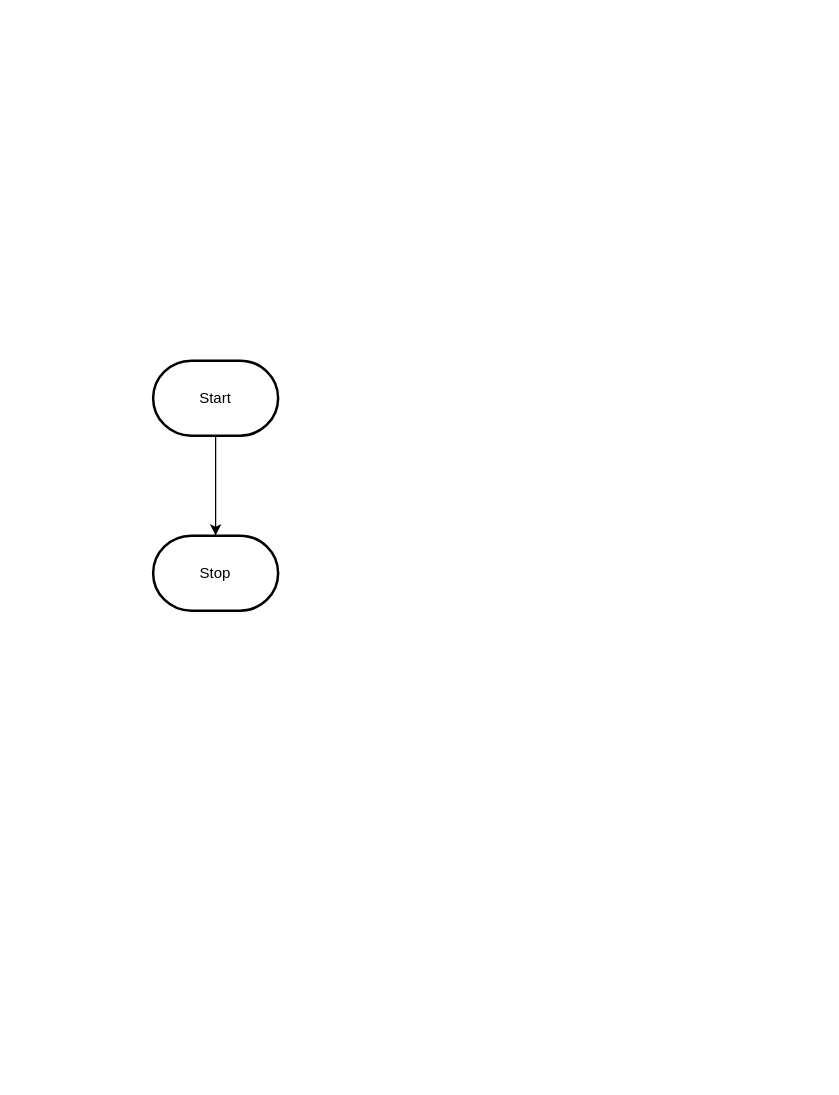
Earlier version of the draw.io diagram design/flowchart.drawio (MTHS-ICD2O-1-2024/ICD2O-Unit-5-05-Adrina-peighambarzadeh). Source tidied: cells renumbered, new cells numbered last; positions are measured from the earlier drawing's top-left corner, leaving out a move shared by most shapes. Both pictures are drawn from the tidied source at 125%, with x=0, y=0 at pixel (152, 360).
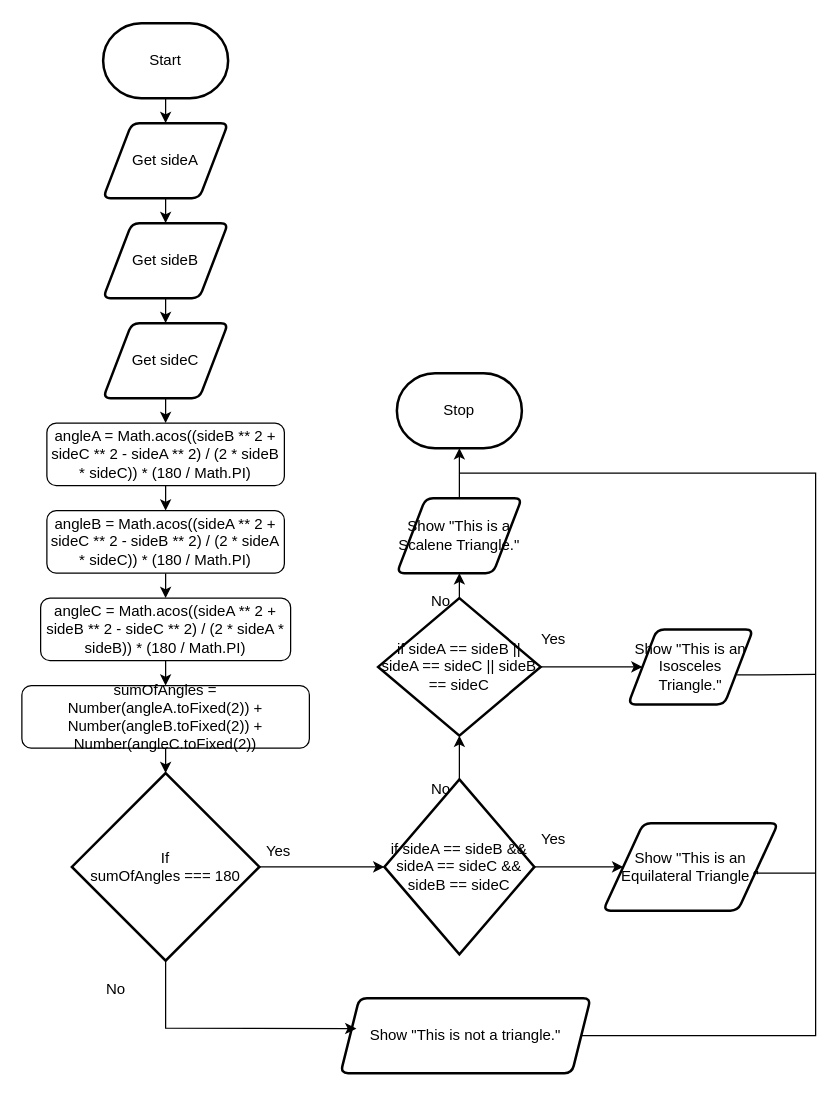
Above is the later version.

What changed in the source:
```diff
@@
-    <mxCell id="2" style="edgeStyle=orthogonalEdgeStyle;html=1;rounded=0;" parent="1" edge="1" source="3" target="4">
-      <mxGeometry relative="1" as="geometry" />
-    </mxCell>
+    <mxCell id="5" style="edgeStyle=none;html=1;" parent="1" edge="1" source="3" target="10">
+      <mxGeometry relative="1" as="geometry" />
+    </mxCell>
     <mxCell id="3" value="Start" style="strokeWidth=2;html=1;shape=mxgraph.flowchart.terminator;whiteSpace=wrap;" parent="1" vertex="1">
-      <mxGeometry width="100" height="60" as="geometry" />
+      <mxGeometry x="-40" y="-270" width="100" height="60" as="geometry" />
     </mxCell>
     <mxCell id="4" value="Stop" style="strokeWidth=2;html=1;shape=mxgraph.flowchart.terminator;whiteSpace=wrap;" parent="1" vertex="1">
-      <mxGeometry y="140" width="100" height="60" as="geometry" />
+      <mxGeometry x="195" y="10" width="100" height="60" as="geometry" />
     </mxCell>
+    <mxCell id="6" style="edgeStyle=none;html=1;" parent="1" edge="1" source="2" target="14">
+      <mxGeometry relative="1" as="geometry" />
+    </mxCell>
+    <mxCell id="2" value="Get sideC" style="shape=parallelogram;html=1;strokeWidth=2;perimeter=parallelogramPerimeter;whiteSpace=wrap;rounded=1;arcSize=12;size=0.23;" parent="1" vertex="1">
+      <mxGeometry x="-40" y="-30" width="100" height="60" as="geometry" />
+    </mxCell>
+    <mxCell id="7" style="edgeStyle=none;html=1;" parent="1" edge="1" source="8" target="2">
+      <mxGeometry relative="1" as="geometry" />
+    </mxCell>
+    <mxCell id="8" value="Get sideB" style="shape=parallelogram;html=1;strokeWidth=2;perimeter=parallelogramPerimeter;whiteSpace=wrap;rounded=1;arcSize=12;size=0.23;" parent="1" vertex="1">
+      <mxGeometry x="-40" y="-110" width="100" height="60" as="geometry" />
+    </mxCell>
+    <mxCell id="9" style="edgeStyle=none;html=1;" parent="1" edge="1" source="10" target="8">
+      <mxGeometry relative="1" as="geometry" />
+    </mxCell>
+    <mxCell id="10" value="Get sideA" style="shape=parallelogram;html=1;strokeWidth=2;perimeter=parallelogramPerimeter;whiteSpace=wrap;rounded=1;arcSize=12;size=0.23;" parent="1" vertex="1">
+      <mxGeometry x="-40" y="-190" width="100" height="60" as="geometry" />
+    </mxCell>
+    <mxCell id="11" style="edgeStyle=none;html=1;" parent="1" edge="1" source="12" target="18">
+      <mxGeometry relative="1" as="geometry" />
+    </mxCell>
+    <mxCell id="12" value="angleC = Math.acos((sideA ** 2 + sideB ** 2 - sideC ** 2) / (2 * sideA * sideB)) * (180 / Math.PI)" style="html=1;dashed=0;whiteSpace=wrap;rounded=1;" parent="1" vertex="1">
+      <mxGeometry x="-90" y="190" width="200" height="50" as="geometry" />
+    </mxCell>
+    <mxCell id="13" style="edgeStyle=none;html=1;" parent="1" edge="1" source="14" target="16">
+      <mxGeometry relative="1" as="geometry" />
+    </mxCell>
+    <mxCell id="14" value="angleA = Math.acos((sideB ** 2 + sideC ** 2 - sideA ** 2) / (2 * sideB * sideC)) * (180 / Math.PI)" style="html=1;dashed=0;whiteSpace=wrap;rounded=1;" parent="1" vertex="1">
+      <mxGeometry x="-85" y="50" width="190" height="50" as="geometry" />
+    </mxCell>
+    <mxCell id="15" style="edgeStyle=none;html=1;" parent="1" edge="1" source="16" target="12">
+      <mxGeometry relative="1" as="geometry" />
+    </mxCell>
+    <mxCell id="16" value="angleB = Math.acos((sideA ** 2 + sideC ** 2 - sideB ** 2) / (2 * sideA * sideC)) * (180 / Math.PI)" style="html=1;dashed=0;whiteSpace=wrap;rounded=1;" parent="1" vertex="1">
+      <mxGeometry x="-85" y="120" width="190" height="50" as="geometry" />
+    </mxCell>
+    <mxCell id="17" style="edgeStyle=none;html=1;" parent="1" edge="1" source="18" target="20">
+      <mxGeometry relative="1" as="geometry" />
+    </mxCell>
+    <mxCell id="18" value="sumOfAngles = Number(angleA.toFixed(2)) + Number(angleB.toFixed(2)) + Number(angleC.toFixed(2))" style="html=1;dashed=0;whiteSpace=wrap;rounded=1;" parent="1" vertex="1">
+      <mxGeometry x="-105" y="260" width="230" height="50" as="geometry" />
+    </mxCell>
+    <mxCell id="19" style="edgeStyle=none;html=1;" parent="1" edge="1" source="20" target="23">
+      <mxGeometry relative="1" as="geometry" />
+    </mxCell>
+    <mxCell id="20" value="&lt;div&gt;If&lt;/div&gt;sumOfAngles === 180" style="strokeWidth=2;html=1;shape=mxgraph.flowchart.decision;whiteSpace=wrap;" parent="1" vertex="1">
+      <mxGeometry x="-65" y="330" width="150" height="150" as="geometry" />
+    </mxCell>
+    <mxCell id="21" style="edgeStyle=none;html=1;" parent="1" edge="1" source="23" target="26">
+      <mxGeometry relative="1" as="geometry" />
+    </mxCell>
+    <mxCell id="22" style="edgeStyle=none;html=1;" parent="1" edge="1" source="23" target="30">
+      <mxGeometry relative="1" as="geometry" />
+    </mxCell>
+    <mxCell id="23" value="if sideA == sideB &amp;amp;&amp;amp; sideA == sideC &amp;amp;&amp;amp; sideB == sideC" style="strokeWidth=2;html=1;shape=mxgraph.flowchart.decision;whiteSpace=wrap;" parent="1" vertex="1">
+      <mxGeometry x="185" y="335" width="120" height="140" as="geometry" />
+    </mxCell>
+    <mxCell id="24" style="edgeStyle=none;html=1;" parent="1" edge="1" source="26" target="28">
+      <mxGeometry relative="1" as="geometry" />
+    </mxCell>
+    <mxCell id="25" style="edgeStyle=none;html=1;" parent="1" edge="1" source="26" target="29">
+      <mxGeometry relative="1" as="geometry" />
+    </mxCell>
+    <mxCell id="26" value="if sideA == sideB || sideA == sideC || sideB == sideC" style="strokeWidth=2;html=1;shape=mxgraph.flowchart.decision;whiteSpace=wrap;" parent="1" vertex="1">
+      <mxGeometry x="180" y="190" width="130" height="110" as="geometry" />
+    </mxCell>
+    <mxCell id="27" style="edgeStyle=none;html=1;" parent="1" edge="1" source="28" target="4">
+      <mxGeometry relative="1" as="geometry" />
+    </mxCell>
+    <mxCell id="28" value="Show &quot;This is a Scalene Triangle.&quot;" style="shape=parallelogram;html=1;strokeWidth=2;perimeter=parallelogramPerimeter;whiteSpace=wrap;rounded=1;arcSize=12;size=0.23;" parent="1" vertex="1">
+      <mxGeometry x="195" y="110" width="100" height="60" as="geometry" />
+    </mxCell>
+    <mxCell id="29" value="Show &quot;This is an Isosceles Triangle.&quot;" style="shape=parallelogram;html=1;strokeWidth=2;perimeter=parallelogramPerimeter;whiteSpace=wrap;rounded=1;arcSize=12;size=0.23;" parent="1" vertex="1">
+      <mxGeometry x="380" y="215" width="100" height="60" as="geometry" />
+    </mxCell>
+    <mxCell id="30" value="Show &quot;This is an Equilateral Triangle.&quot;" style="shape=parallelogram;html=1;strokeWidth=2;perimeter=parallelogramPerimeter;whiteSpace=wrap;rounded=1;arcSize=12;size=0.23;" parent="1" vertex="1">
+      <mxGeometry x="360" y="370" width="140" height="70" as="geometry" />
+    </mxCell>
+    <mxCell id="31" value="Show &quot;This is not a triangle.&quot;" style="shape=parallelogram;html=1;strokeWidth=2;perimeter=parallelogramPerimeter;whiteSpace=wrap;rounded=1;arcSize=12;size=0.07500000000000001;" parent="1" vertex="1">
+      <mxGeometry x="150" y="510" width="200" height="60" as="geometry" />
+    </mxCell>
+    <mxCell id="32" value="Yes" style="text;html=1;align=center;verticalAlign=middle;strokeColor=none;fillColor=none;" parent="1" vertex="1">
+      <mxGeometry x="80" y="378" width="40" height="30" as="geometry" />
+    </mxCell>
+    <mxCell id="33" value="No" style="text;html=1;align=center;verticalAlign=middle;strokeColor=none;fillColor=none;" parent="1" vertex="1">
+      <mxGeometry x="-50" y="488" width="40" height="30" as="geometry" />
+    </mxCell>
+    <mxCell id="34" value="Yes" style="text;html=1;align=center;verticalAlign=middle;strokeColor=none;fillColor=none;" parent="1" vertex="1">
+      <mxGeometry x="300" y="368" width="40" height="30" as="geometry" />
+    </mxCell>
+    <mxCell id="35" value="No" style="text;html=1;align=center;verticalAlign=middle;strokeColor=none;fillColor=none;" parent="1" vertex="1">
+      <mxGeometry x="210" y="328" width="40" height="30" as="geometry" />
+    </mxCell>
+    <mxCell id="36" value="No" style="text;html=1;align=center;verticalAlign=middle;strokeColor=none;fillColor=none;" parent="1" vertex="1">
+      <mxGeometry x="210" y="178" width="40" height="30" as="geometry" />
+    </mxCell>
+    <mxCell id="37" value="Yes" style="text;html=1;align=center;verticalAlign=middle;strokeColor=none;fillColor=none;" parent="1" vertex="1">
+      <mxGeometry x="300" y="208" width="40" height="30" as="geometry" />
+    </mxCell>
+    <mxCell id="38" style="endArrow=classic;html=1;exitX=0.5;exitY=1;exitDx=0;exitDy=0;exitPerimeter=0;entryX=0.063;entryY=0.406;entryDx=0;entryDy=0;entryPerimeter=0;rounded=0;curved=0;" parent="1" edge="1" source="20" target="31">
+      <mxGeometry relative="1" as="geometry">
+        <Array as="points">
+          <mxPoint x="10" y="534" />
+        </Array>
+      </mxGeometry>
+    </mxCell>
+    <mxCell id="39" style="endArrow=none;html=1;exitX=1;exitY=0.5;exitDx=0;exitDy=0;rounded=0;curved=0;" parent="1" edge="1" source="31">
+      <mxGeometry relative="1" as="geometry">
+        <mxPoint x="245" y="90" as="targetPoint" />
+        <Array as="points">
+          <mxPoint x="530" y="540" />
+          <mxPoint x="530" y="90" />
+        </Array>
+      </mxGeometry>
+    </mxCell>
+    <mxCell id="40" style="endArrow=none;html=1;exitX=0.872;exitY=0.608;exitDx=0;exitDy=0;exitPerimeter=0;" parent="1" edge="1" source="29">
+      <mxGeometry relative="1" as="geometry">
+        <mxPoint x="530" y="251" as="targetPoint" />
+      </mxGeometry>
+    </mxCell>
+    <mxCell id="41" style="endArrow=none;html=1;" parent="1" edge="1">
+      <mxGeometry relative="1" as="geometry">
+        <mxPoint x="480" y="410" as="sourcePoint" />
+        <mxPoint x="530" y="410" as="targetPoint" />
+      </mxGeometry>
+    </mxCell>
```
